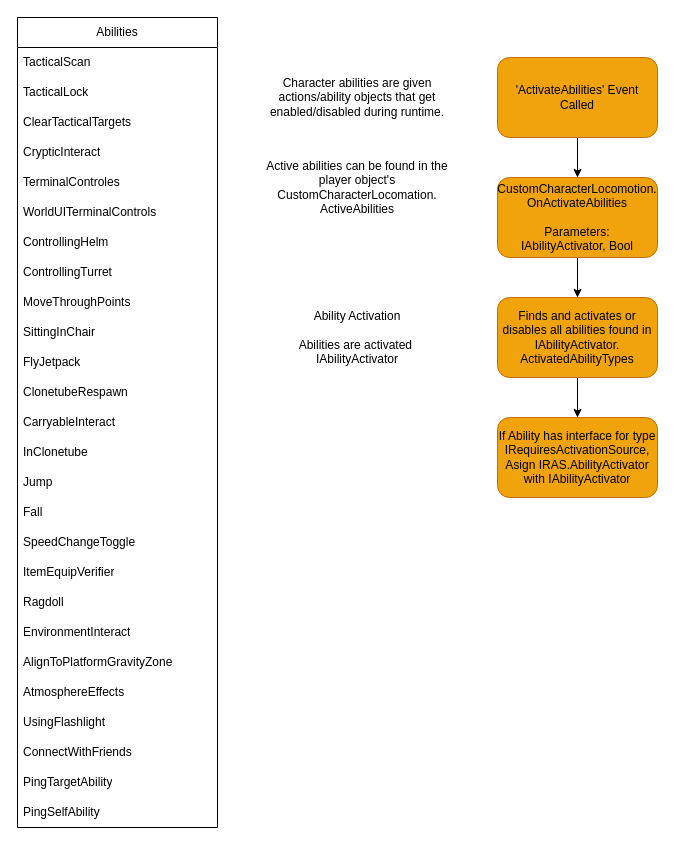
Void-Crew-Modding-Team/Diagrams keeps this draw.io diagram as Character Abilities.drawio. Above is the earlier version. Source tidied: cells renumbered, new cells numbered last; positions are measured from the earlier drawing's top-left corner, leaving out a move shared by most shapes. Both pictures are drawn from the tidied source at 100%, with x=0, y=0 at pixel (17, 17).
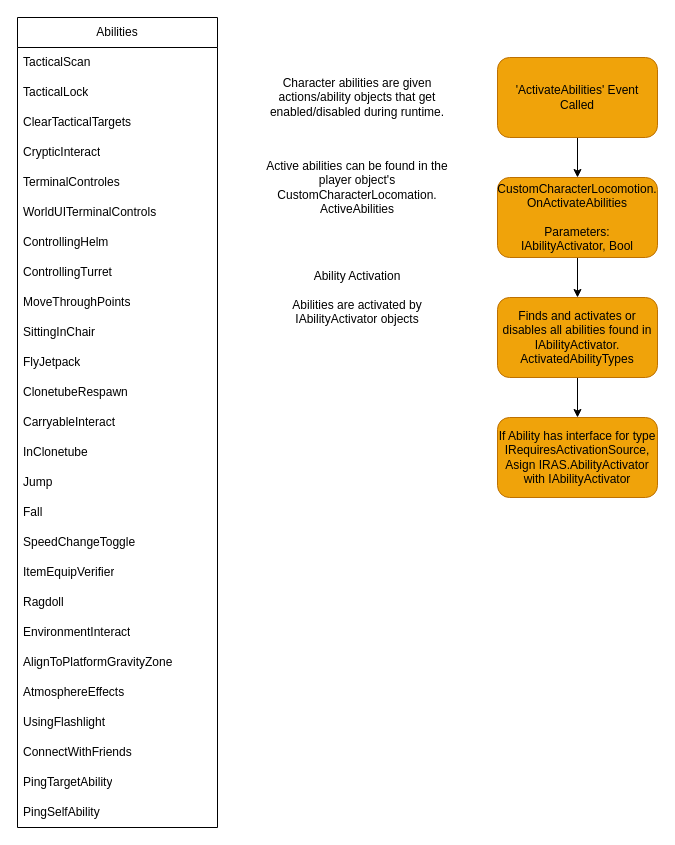
The same diagram, later.

Diff of the diagram source:
```diff
@@
-    <mxCell id="38" value="Ability Activation&lt;br&gt;&lt;br&gt;Abilities are activated&amp;nbsp;&lt;br&gt;IAbilityActivator" style="text;html=1;align=center;verticalAlign=middle;whiteSpace=wrap;rounded=0;" parent="1" vertex="1">
-      <mxGeometry x="240" y="240" width="200" height="160" as="geometry" />
+    <mxCell id="38" value="Ability Activation&lt;br&gt;&lt;br&gt;Abilities are activated by&lt;br&gt;IAbilityActivator objects" style="text;html=1;align=center;verticalAlign=middle;whiteSpace=wrap;rounded=0;" parent="1" vertex="1">
+      <mxGeometry x="240" y="240" width="200" height="80" as="geometry" />
     </mxCell>
```
